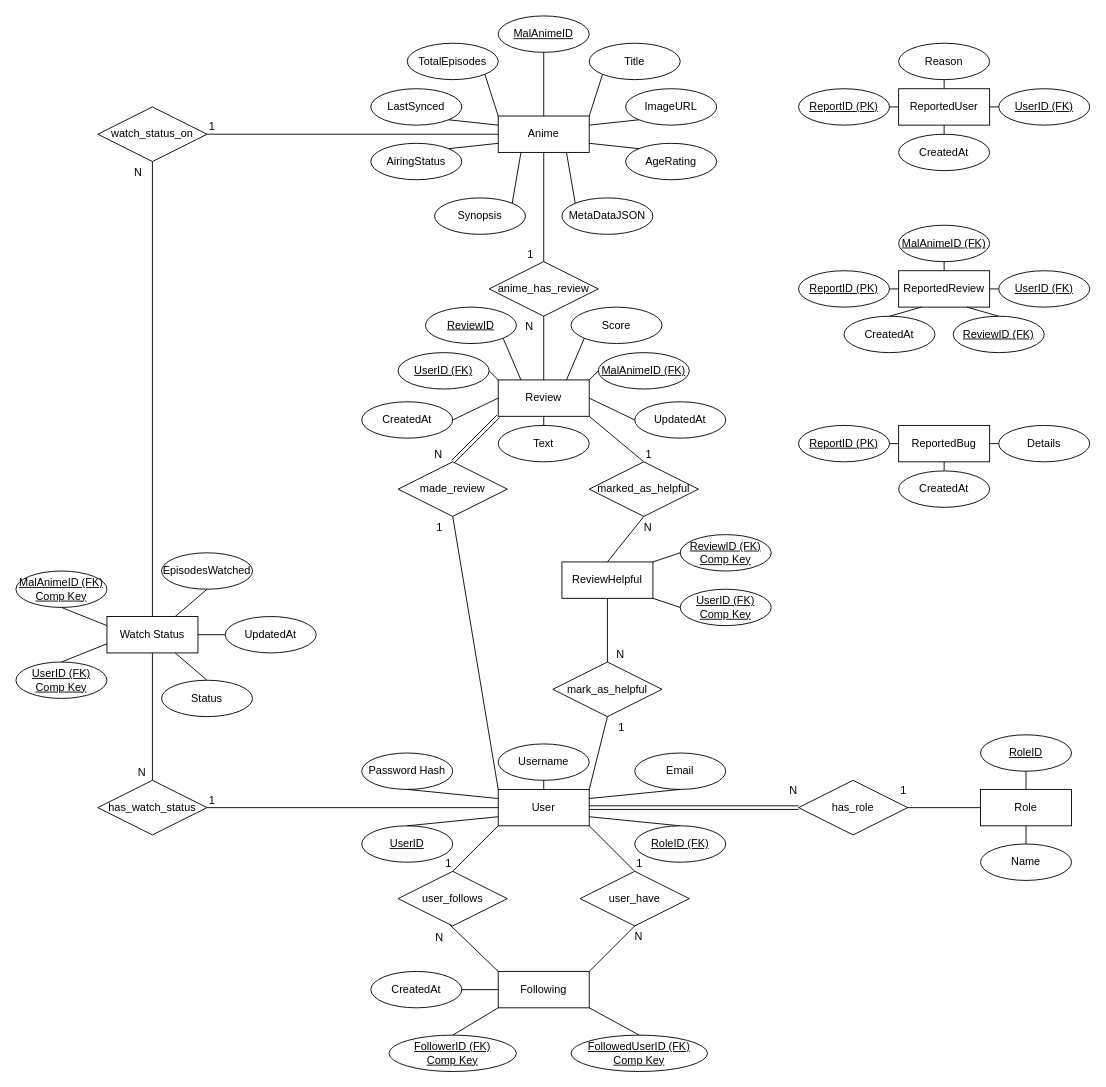
Before: ER-diagram.drawio in C4ndyFl4mes/my-anime-review-api, a draw.io diagram. Source tidied: cells renumbered, new cells numbered last; positions are measured from the earlier drawing's top-left corner, leaving out a move shared by most shapes. Both pictures are drawn from the tidied source at 91%, with x=0, y=0 at pixel (15, 15).
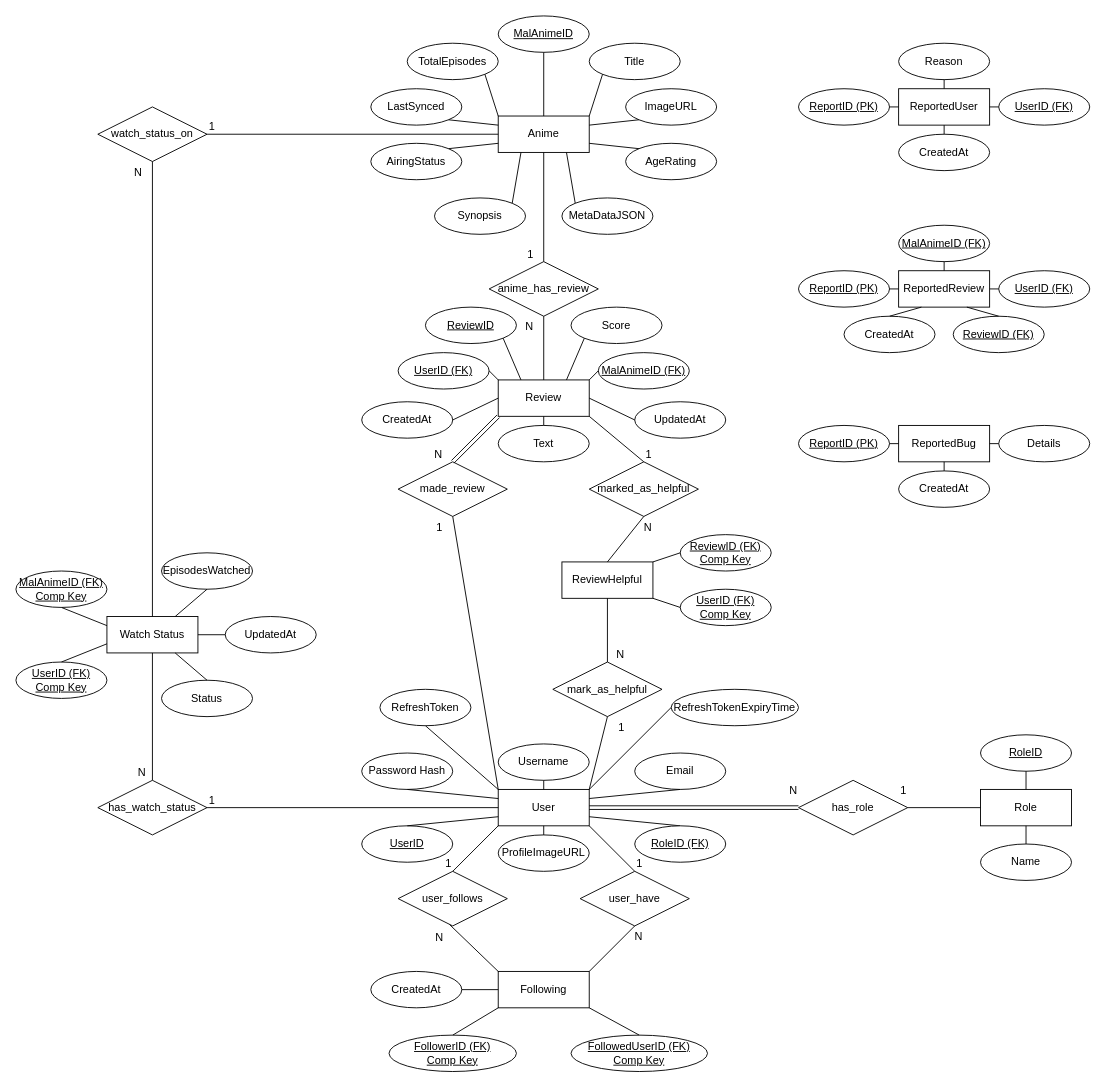
After the change.

The change refers to these unchanged cells:
```xml
<mxCell id="2" value="User" style="whiteSpace=wrap;html=1;align=center;" parent="1" vertex="1">
  <mxGeometry x="530" y="850" width="100" height="40" as="geometry" />
</mxCell>
```

Diff of the diagram source:
```diff
@@
+    <mxCell id="147" value="ProfileImageURL" style="ellipse;whiteSpace=wrap;html=1;align=center;" parent="1" vertex="1">
+      <mxGeometry x="530" y="900" width="100" height="40" as="geometry" />
+    </mxCell>
+    <mxCell id="148" style="endArrow=none;html=1;rounded=0;exitX=0.5;exitY=0;exitDx=0;exitDy=0;entryX=0.5;entryY=1;entryDx=0;entryDy=0;" parent="1" edge="1" source="147" target="2">
+      <mxGeometry relative="1" as="geometry" />
+    </mxCell>
+    <mxCell id="149" value="RefreshToken" style="ellipse;whiteSpace=wrap;html=1;align=center;" parent="1" vertex="1">
+      <mxGeometry x="400" y="740" width="100" height="40" as="geometry" />
+    </mxCell>
+    <mxCell id="150" style="endArrow=none;html=1;rounded=0;exitX=0.5;exitY=1;exitDx=0;exitDy=0;entryX=0;entryY=0;entryDx=0;entryDy=0;" parent="1" edge="1" source="149" target="2">
+      <mxGeometry relative="1" as="geometry" />
+    </mxCell>
+    <mxCell id="151" value="RefreshTokenExpiryTime" style="ellipse;whiteSpace=wrap;html=1;align=center;" parent="1" vertex="1">
+      <mxGeometry x="720" y="740" width="140" height="40" as="geometry" />
+    </mxCell>
+    <mxCell id="152" style="endArrow=none;html=1;rounded=0;entryX=0;entryY=0.5;entryDx=0;entryDy=0;" parent="1" edge="1" target="151">
+      <mxGeometry relative="1" as="geometry">
+        <mxPoint x="630" y="850" as="sourcePoint" />
+      </mxGeometry>
+    </mxCell>
```
